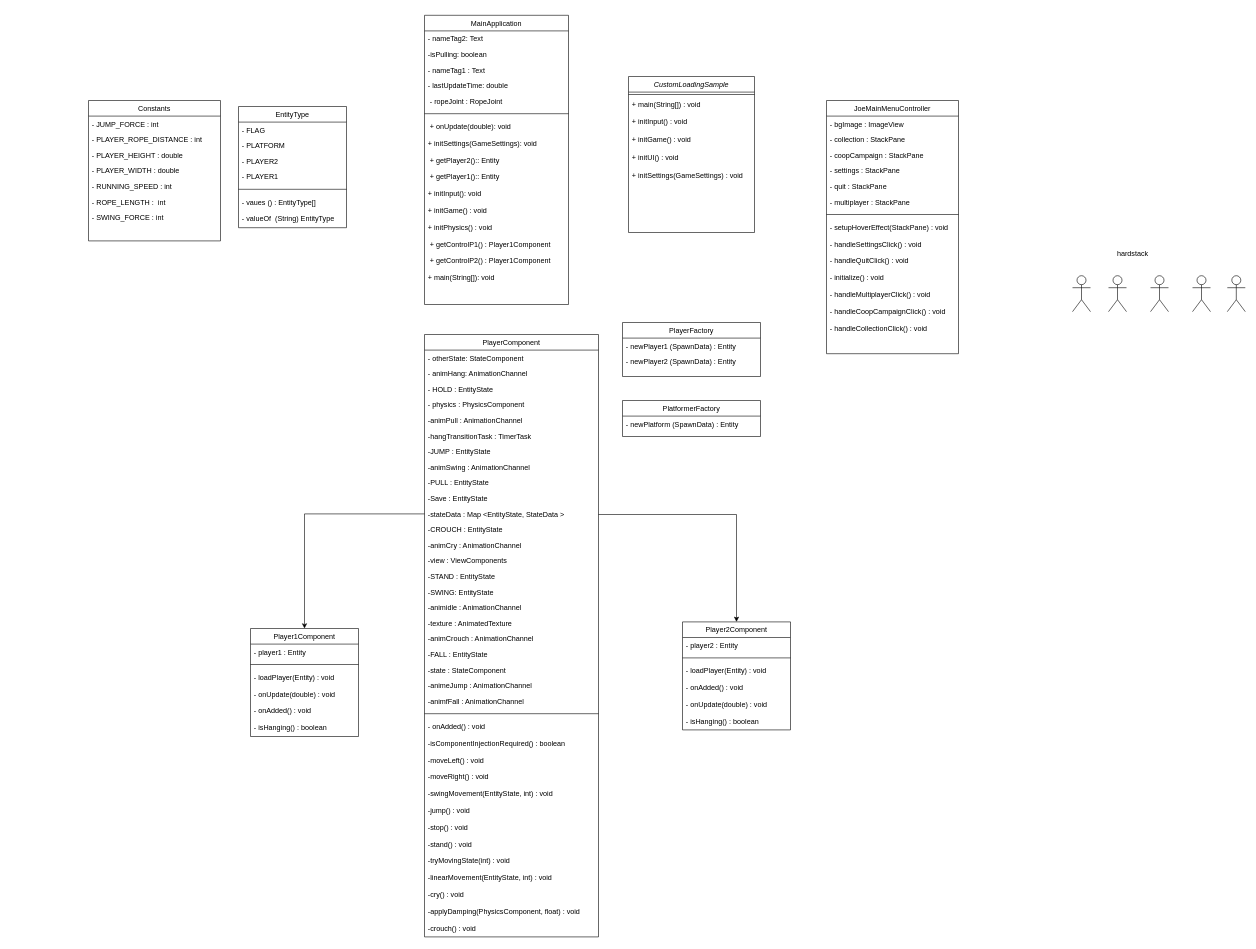
Earlier version of the draw.io diagram Hardstack.Diagram.drawio (Smoll05/hardstack-capstone). Source tidied: cells renumbered, new cells numbered last; positions are measured from the earlier drawing's top-left corner, leaving out a move shared by most shapes. Both pictures are drawn from the tidied source at 60%, with x=0, y=0 at pixel (88, 15).
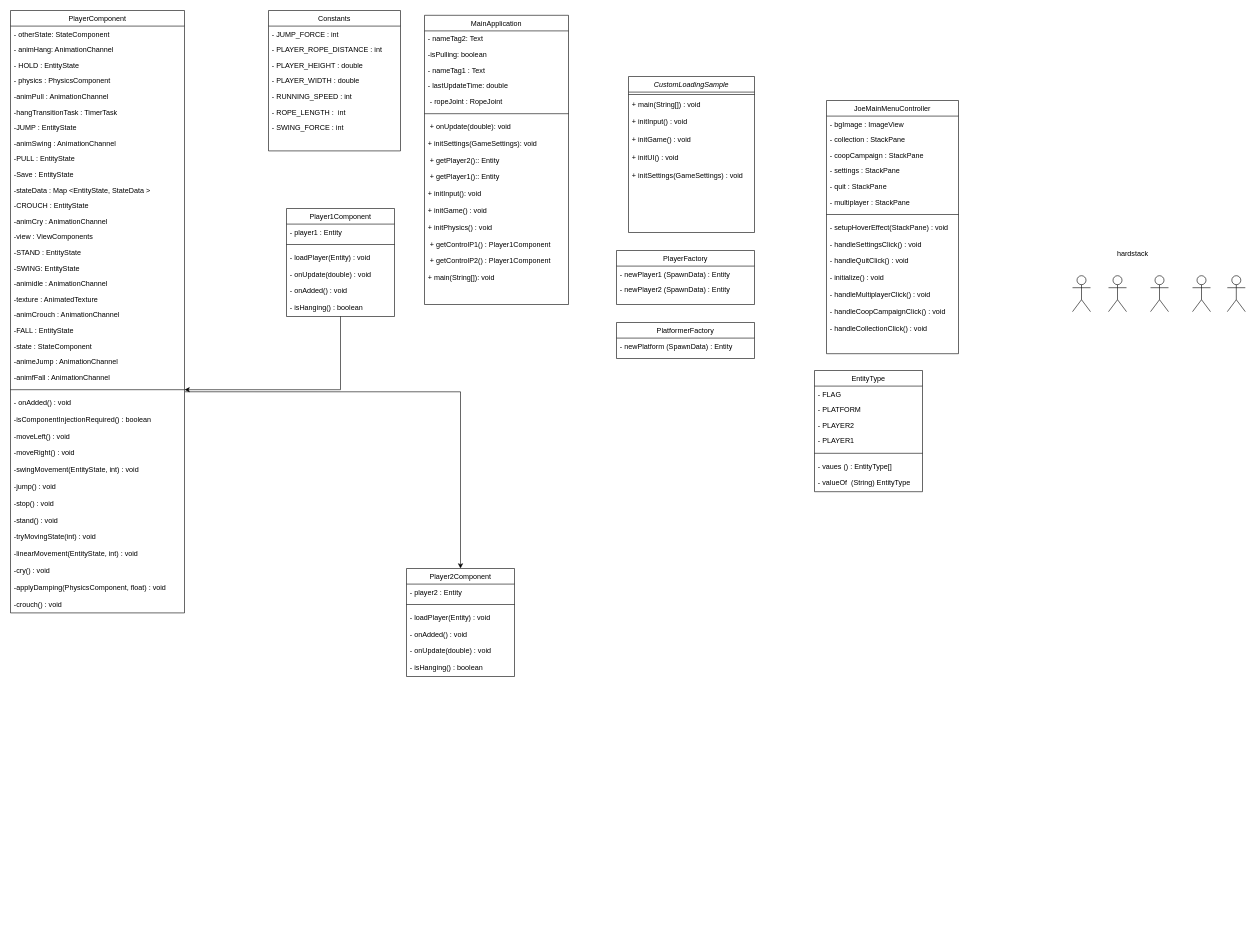
After the change.

Unchanged cells that the change refers to:
```xml
<mxCell id="60" value="-stateData : Map &lt;EntityState, StateData &gt;" style="text;align=left;verticalAlign=top;spacingLeft=4;spacingRight=4;overflow=hidden;points=[[0,0.5],[1,0.5]];portConstraint=eastwest;" parent="49" vertex="1">
  <mxGeometry y="286" width="290" height="26" as="geometry" />
</mxCell>
<mxCell id="73" style="line;html=1;strokeWidth=1;align=left;verticalAlign=middle;spacingTop=-1;spacingLeft=3;spacingRight=3;labelPosition=right;points=[];portConstraint=eastwest;" parent="49" vertex="1">
  <mxGeometry y="624" width="290" height="16" as="geometry" />
</mxCell>
<mxCell id="74" value="- onAdded() : void" style="text;align=left;verticalAlign=top;spacingLeft=4;spacingRight=4;overflow=hidden;points=[[0,0.5],[1,0.5]];portConstraint=eastwest;" parent="49" vertex="1">
  <mxGeometry y="640" width="290" height="28" as="geometry" />
</mxCell>
```

Diff of the diagram source:
```diff
@@
     <mxCell id="11" value="EntityType" style="swimlane;fontStyle=0;align=center;verticalAlign=top;horizontal=1;startSize=26;rounded=0;shadow=0;strokeWidth=1;" parent="1" vertex="1">
-      <mxGeometry x="250" y="152" width="180" height="202" as="geometry" />
+      <mxGeometry x="1210" y="592" width="180" height="202" as="geometry" />
     </mxCell>
@@
     <mxCell id="25" value="Player2Component" style="swimlane;fontStyle=0;align=center;verticalAlign=top;horizontal=1;startSize=26;rounded=0;shadow=0;strokeWidth=1;" parent="1" vertex="1">
-      <mxGeometry x="990" y="1011" width="180" height="180" as="geometry" />
+      <mxGeometry x="530" y="922" width="180" height="180" as="geometry" />
     </mxCell>
@@
-    <mxCell id="48" style="edgeStyle=orthogonalEdgeStyle;rounded=0;jettySize=auto;html=1;entryX=0.5;entryY=0;entryDx=0;entryDy=0;" parent="1" edge="1" source="49" target="25">
+    <mxCell id="48" style="edgeStyle=orthogonalEdgeStyle;rounded=0;jettySize=auto;html=1;entryX=0.5;entryY=0;entryDx=0;entryDy=0;exitX=1.003;exitY=-0.162;exitDx=0;exitDy=0;exitPerimeter=0;" parent="1" edge="1" source="74" target="25">
       <mxGeometry relative="1" as="geometry">
         <Array as="points">
-          <mxPoint x="1080" y="832" />
+          <mxPoint x="620" y="627" />
         </Array>
       </mxGeometry>
     </mxCell>
     <mxCell id="49" value="PlayerComponent" style="swimlane;fontStyle=0;align=center;verticalAlign=top;horizontal=1;startSize=26;rounded=0;shadow=0;strokeWidth=1;" parent="1" vertex="1">
-      <mxGeometry x="560" y="532" width="290" height="1004" as="geometry" />
+      <mxGeometry x="-130" y="-8" width="290" height="1004" as="geometry" />
     </mxCell>
@@
     <mxCell id="105" value="PlayerFactory" style="swimlane;fontStyle=0;align=center;verticalAlign=top;horizontal=1;startSize=26;rounded=0;shadow=0;strokeWidth=1;" parent="1" vertex="1">
-      <mxGeometry x="890" y="512" width="230" height="90" as="geometry" />
+      <mxGeometry x="880" y="392" width="230" height="90" as="geometry" />
     </mxCell>
@@
     <mxCell id="108" value="PlatformerFactory" style="swimlane;fontStyle=0;align=center;verticalAlign=top;horizontal=1;startSize=26;rounded=0;shadow=0;strokeWidth=1;" parent="1" vertex="1">
-      <mxGeometry x="890" y="642" width="230" height="60" as="geometry" />
+      <mxGeometry x="880" y="512" width="230" height="60" as="geometry" />
     </mxCell>
@@
+    <mxCell id="127" style="edgeStyle=orthogonalEdgeStyle;rounded=0;jettySize=auto;html=1;" parent="1" edge="1" source="110" target="73">
+      <mxGeometry relative="1" as="geometry" />
+    </mxCell>
     <mxCell id="110" value="Player1Component" style="swimlane;fontStyle=0;align=center;verticalAlign=top;horizontal=1;startSize=26;rounded=0;shadow=0;strokeWidth=1;" parent="1" vertex="1">
-      <mxGeometry x="270" y="1022" width="180" height="180" as="geometry" />
+      <mxGeometry x="330" y="322" width="180" height="180" as="geometry" />
     </mxCell>
@@
-    <mxCell id="117" style="edgeStyle=orthogonalEdgeStyle;rounded=0;jettySize=auto;html=1;exitX=0;exitY=0.5;exitDx=0;exitDy=0;entryX=0.5;entryY=0;entryDx=0;entryDy=0;" parent="1" edge="1" source="60" target="110">
-      <mxGeometry relative="1" as="geometry" />
-    </mxCell>
     <mxCell id="118" value="Constants" style="swimlane;fontStyle=0;align=center;verticalAlign=top;horizontal=1;startSize=26;rounded=0;shadow=0;strokeWidth=1;" parent="1" vertex="1">
-      <mxGeometry y="142" width="220" height="234" as="geometry" />
+      <mxGeometry x="300" y="-8" width="220" height="234" as="geometry" />
     </mxCell>
```
